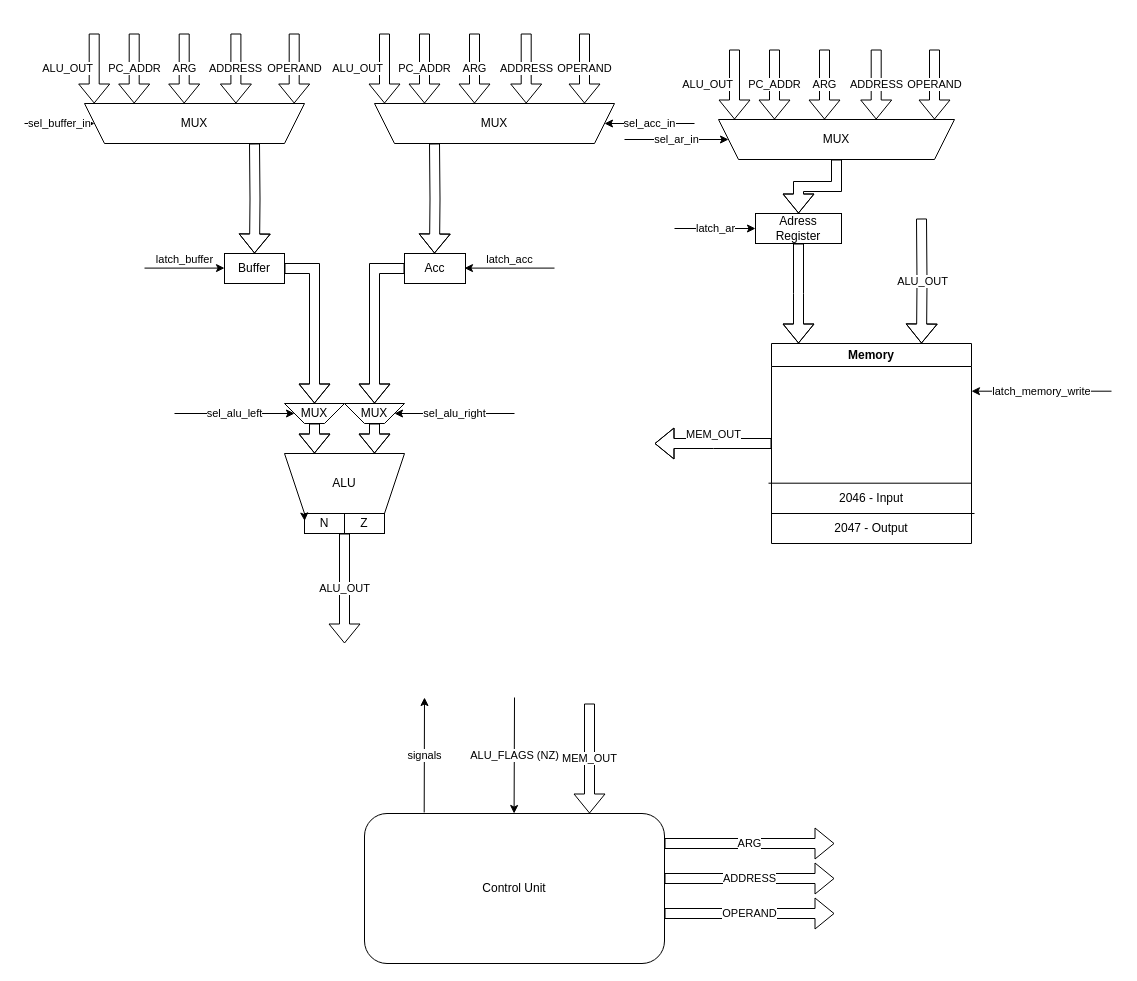
The draw.io diagram docs/schemes/datapath.drawio in FEgor04/csa-lab3, before the edit. Source tidied: cells renumbered, new cells numbered last; positions are measured from the earlier drawing's top-left corner, leaving out a move shared by most shapes. Both pictures are drawn from the tidied source at 100%, with x=0, y=0 at pixel (24, 33).
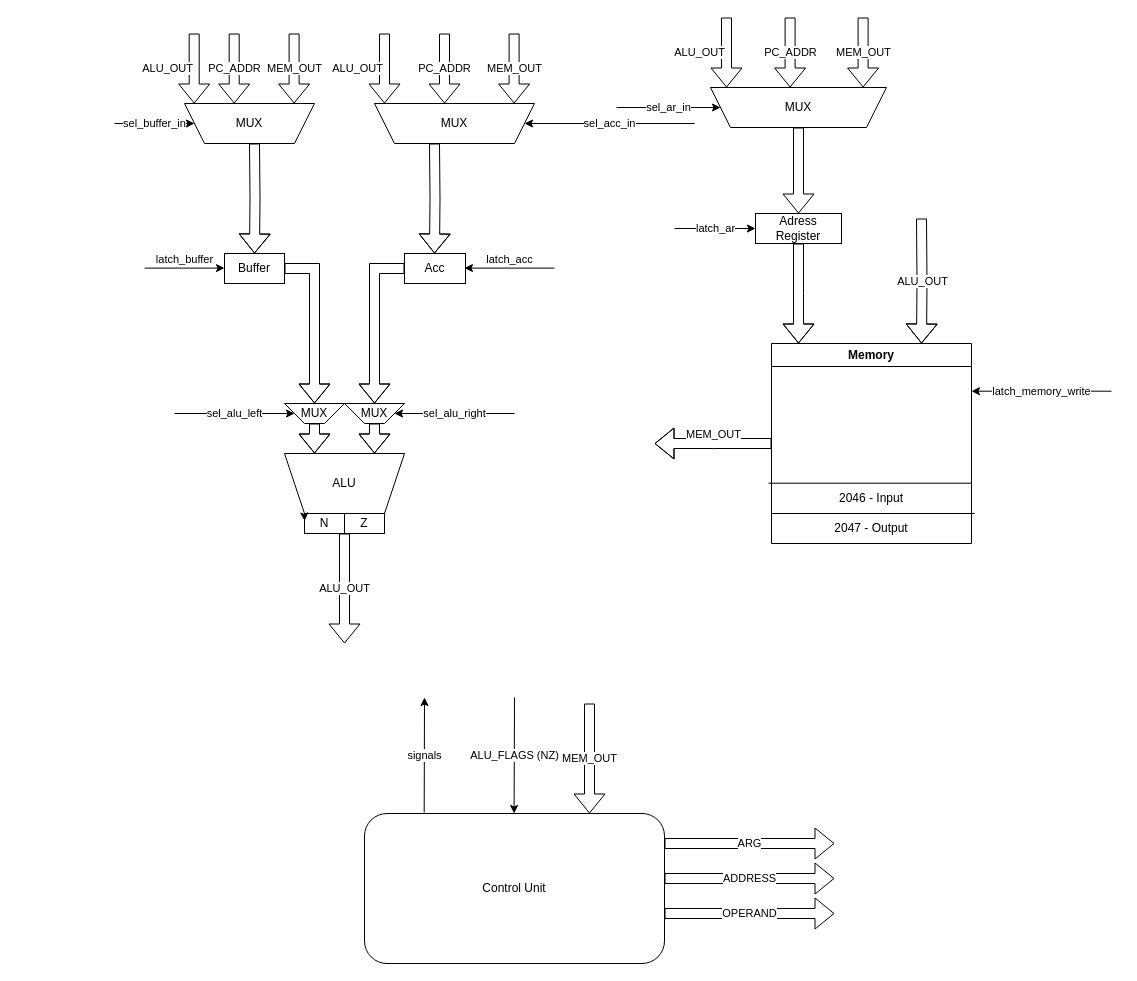
The same diagram, later.

Commit message (it also covers changes not shown here):
fix: remove `address` & `operand` from CU

Change to the diagram source:
```diff
@@
     <mxCell id="21" value="ALU_OUT" style="edgeStyle=orthogonalEdgeStyle;rounded=0;orthogonalLoop=1;jettySize=auto;html=1;shape=flexArrow;align=right;" parent="1" edge="1">
       <mxGeometry relative="1" as="geometry">
-        <mxPoint x="710" y="16" as="sourcePoint" />
-        <mxPoint x="710" y="86" as="targetPoint" />
+        <mxPoint x="702" y="-16" as="sourcePoint" />
+        <mxPoint x="702" y="54" as="targetPoint" />
       </mxGeometry>
     </mxCell>
     <mxCell id="22" value="MUX" style="shape=trapezoid;perimeter=trapezoidPerimeter;whiteSpace=wrap;html=1;fixedSize=1;flipV=1;" parent="1" vertex="1">
-      <mxGeometry x="350" y="70" width="240" height="40" as="geometry" />
+      <mxGeometry x="350" y="70" width="160" height="40" as="geometry" />
     </mxCell>
     <mxCell id="23" value="MUX" style="shape=trapezoid;perimeter=trapezoidPerimeter;whiteSpace=wrap;html=1;fixedSize=1;flipV=1;" parent="1" vertex="1">
-      <mxGeometry x="60" y="70" width="220" height="40" as="geometry" />
+      <mxGeometry x="160" y="70" width="130" height="40" as="geometry" />
     </mxCell>
@@
     <mxCell id="33" value="sel_buffer_in" style="endArrow=classic;html=1;rounded=0;entryX=0;entryY=0.5;entryDx=0;entryDy=0;" parent="1" edge="1" target="23">
       <mxGeometry relative="1" as="geometry">
-        <mxPoint y="90" as="sourcePoint" />
+        <mxPoint x="90" y="90" as="sourcePoint" />
       </mxGeometry>
     </mxCell>
@@
     <mxCell id="35" value="PC_ADDR" style="edgeStyle=orthogonalEdgeStyle;rounded=0;orthogonalLoop=1;jettySize=auto;html=1;shape=flexArrow;align=center;" parent="1" edge="1">
       <mxGeometry relative="1" as="geometry">
-        <mxPoint x="750" y="16" as="sourcePoint" />
-        <mxPoint x="750" y="86" as="targetPoint" />
+        <mxPoint x="765.6" y="-16" as="sourcePoint" />
+        <mxPoint x="765.6" y="54" as="targetPoint" />
       </mxGeometry>
     </mxCell>
@@
     <mxCell id="37" value="MUX" style="shape=trapezoid;perimeter=trapezoidPerimeter;whiteSpace=wrap;html=1;fixedSize=1;flipV=1;" parent="1" vertex="1">
-      <mxGeometry x="694" y="86" width="236" height="40" as="geometry" />
+      <mxGeometry x="686" y="54" width="176" height="40" as="geometry" />
     </mxCell>
     <mxCell id="38" value="sel_ar_in" style="endArrow=classic;html=1;rounded=0;entryX=0;entryY=0.5;entryDx=0;entryDy=0;" parent="1" edge="1" target="37">
       <mxGeometry relative="1" as="geometry">
-        <mxPoint x="600" y="106" as="sourcePoint" />
+        <mxPoint x="592" y="74" as="sourcePoint" />
       </mxGeometry>
     </mxCell>
@@
-    <mxCell id="48" value="ARG" style="edgeStyle=orthogonalEdgeStyle;rounded=0;orthogonalLoop=1;jettySize=auto;html=1;shape=flexArrow;align=center;" parent="1" edge="1">
-      <mxGeometry relative="1" as="geometry">
-        <mxPoint x="800" y="16" as="sourcePoint" />
-        <mxPoint x="800" y="86" as="targetPoint" />
-      </mxGeometry>
-    </mxCell>
-    <mxCell id="49" value="ADDRESS" style="edgeStyle=orthogonalEdgeStyle;rounded=0;orthogonalLoop=1;jettySize=auto;html=1;shape=flexArrow;align=center;" parent="1" edge="1">
-      <mxGeometry relative="1" as="geometry">
-        <mxPoint x="851.7" y="16" as="sourcePoint" />
-        <mxPoint x="851.7" y="86" as="targetPoint" />
-      </mxGeometry>
-    </mxCell>
@@
-    <mxCell id="51" value="OPERAND" style="edgeStyle=orthogonalEdgeStyle;rounded=0;orthogonalLoop=1;jettySize=auto;html=1;shape=flexArrow;align=center;" parent="1" edge="1">
-      <mxGeometry relative="1" as="geometry">
-        <mxPoint x="910" y="16" as="sourcePoint" />
-        <mxPoint x="910" y="86" as="targetPoint" />
-      </mxGeometry>
-    </mxCell>
@@
     <mxCell id="53" value="PC_ADDR" style="edgeStyle=orthogonalEdgeStyle;rounded=0;orthogonalLoop=1;jettySize=auto;html=1;shape=flexArrow;align=center;" parent="1" edge="1">
       <mxGeometry relative="1" as="geometry">
-        <mxPoint x="400" as="sourcePoint" />
-        <mxPoint x="400" y="70" as="targetPoint" />
+        <mxPoint x="420" as="sourcePoint" />
+        <mxPoint x="420" y="70" as="targetPoint" />
       </mxGeometry>
     </mxCell>
-    <mxCell id="54" value="ARG" style="edgeStyle=orthogonalEdgeStyle;rounded=0;orthogonalLoop=1;jettySize=auto;html=1;shape=flexArrow;align=center;" parent="1" edge="1">
-      <mxGeometry relative="1" as="geometry">
-        <mxPoint x="450" as="sourcePoint" />
-        <mxPoint x="450" y="70" as="targetPoint" />
-      </mxGeometry>
-    </mxCell>
-    <mxCell id="55" value="ADDRESS" style="edgeStyle=orthogonalEdgeStyle;rounded=0;orthogonalLoop=1;jettySize=auto;html=1;shape=flexArrow;align=center;" parent="1" edge="1">
-      <mxGeometry relative="1" as="geometry">
-        <mxPoint x="501.7" as="sourcePoint" />
-        <mxPoint x="501.7" y="70" as="targetPoint" />
-      </mxGeometry>
-    </mxCell>
-    <mxCell id="56" value="OPERAND" style="edgeStyle=orthogonalEdgeStyle;rounded=0;orthogonalLoop=1;jettySize=auto;html=1;shape=flexArrow;align=center;" parent="1" edge="1">
-      <mxGeometry relative="1" as="geometry">
-        <mxPoint x="560" as="sourcePoint" />
-        <mxPoint x="560" y="70" as="targetPoint" />
-      </mxGeometry>
-    </mxCell>
     <mxCell id="57" value="ALU_OUT" style="edgeStyle=orthogonalEdgeStyle;rounded=0;orthogonalLoop=1;jettySize=auto;html=1;shape=flexArrow;align=right;" parent="1" edge="1">
       <mxGeometry relative="1" as="geometry">
-        <mxPoint x="69.7" as="sourcePoint" />
-        <mxPoint x="69.7" y="70" as="targetPoint" />
+        <mxPoint x="169.7" as="sourcePoint" />
+        <mxPoint x="169.7" y="70" as="targetPoint" />
       </mxGeometry>
     </mxCell>
     <mxCell id="58" value="PC_ADDR" style="edgeStyle=orthogonalEdgeStyle;rounded=0;orthogonalLoop=1;jettySize=auto;html=1;shape=flexArrow;align=center;" parent="1" edge="1">
       <mxGeometry relative="1" as="geometry">
-        <mxPoint x="109.7" as="sourcePoint" />
-        <mxPoint x="109.7" y="70" as="targetPoint" />
+        <mxPoint x="209.7" as="sourcePoint" />
+        <mxPoint x="209.7" y="70" as="targetPoint" />
       </mxGeometry>
     </mxCell>
-    <mxCell id="59" value="ARG" style="edgeStyle=orthogonalEdgeStyle;rounded=0;orthogonalLoop=1;jettySize=auto;html=1;shape=flexArrow;align=center;" parent="1" edge="1">
-      <mxGeometry relative="1" as="geometry">
-        <mxPoint x="159.7" as="sourcePoint" />
-        <mxPoint x="159.7" y="70" as="targetPoint" />
-      </mxGeometry>
-    </mxCell>
-    <mxCell id="60" value="ADDRESS" style="edgeStyle=orthogonalEdgeStyle;rounded=0;orthogonalLoop=1;jettySize=auto;html=1;shape=flexArrow;align=center;" parent="1" edge="1">
-      <mxGeometry relative="1" as="geometry">
-        <mxPoint x="211.4" as="sourcePoint" />
-        <mxPoint x="211.4" y="70" as="targetPoint" />
-      </mxGeometry>
-    </mxCell>
-    <mxCell id="61" value="OPERAND" style="edgeStyle=orthogonalEdgeStyle;rounded=0;orthogonalLoop=1;jettySize=auto;html=1;shape=flexArrow;align=center;" parent="1" edge="1">
-      <mxGeometry relative="1" as="geometry">
-        <mxPoint x="269.7" as="sourcePoint" />
-        <mxPoint x="269.7" y="70" as="targetPoint" />
-      </mxGeometry>
-    </mxCell>
+    <mxCell id="62" value="MEM_OUT" style="edgeStyle=orthogonalEdgeStyle;rounded=0;orthogonalLoop=1;jettySize=auto;html=1;shape=flexArrow;align=center;" parent="1" edge="1">
+      <mxGeometry relative="1" as="geometry">
+        <mxPoint x="838.6" y="-16" as="sourcePoint" />
+        <mxPoint x="838.6" y="54" as="targetPoint" />
+      </mxGeometry>
+    </mxCell>
+    <mxCell id="63" value="MEM_OUT" style="edgeStyle=orthogonalEdgeStyle;rounded=0;orthogonalLoop=1;jettySize=auto;html=1;shape=flexArrow;align=center;" parent="1" edge="1">
+      <mxGeometry relative="1" as="geometry">
+        <mxPoint x="489.6" as="sourcePoint" />
+        <mxPoint x="489.6" y="70" as="targetPoint" />
+      </mxGeometry>
+    </mxCell>
+    <mxCell id="64" value="MEM_OUT" style="edgeStyle=orthogonalEdgeStyle;rounded=0;orthogonalLoop=1;jettySize=auto;html=1;shape=flexArrow;align=center;" parent="1" edge="1">
+      <mxGeometry relative="1" as="geometry">
+        <mxPoint x="269.6" as="sourcePoint" />
+        <mxPoint x="269.6" y="70" as="targetPoint" />
+      </mxGeometry>
+    </mxCell>
```
